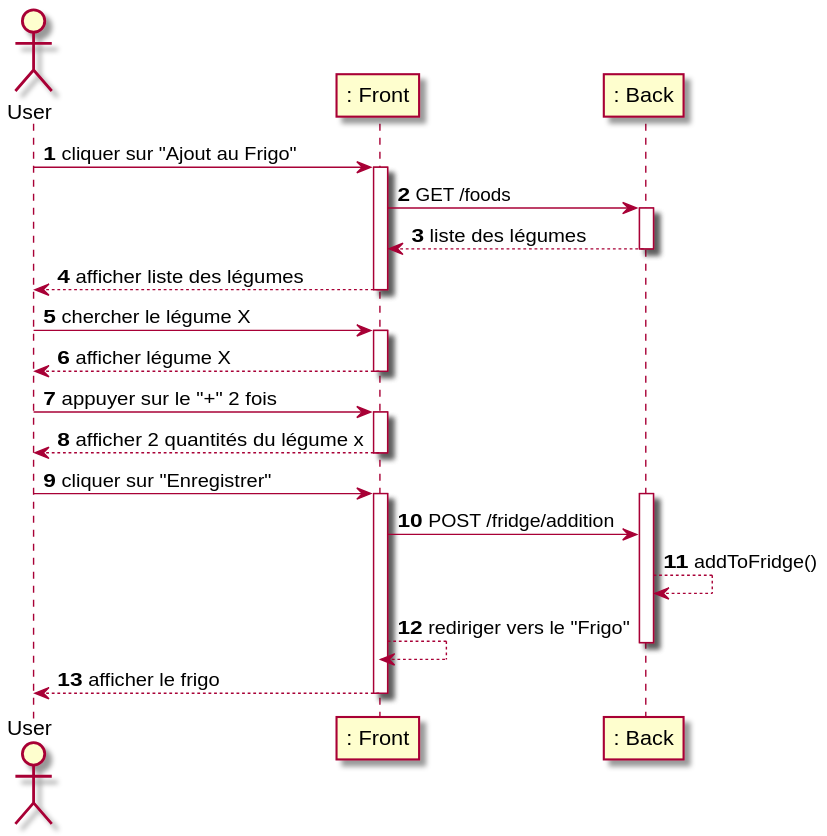
romainvacheret/wadge-backend keeps this PlantUML diagram as docs/diagram/out/addToFridgeSystem.svg. Above is the earlier version. Its diagram source:
```plantuml
@startuml addToFridgeSystem
actor User
autonumber

participant ": Front" as frontend
participant ": Back" as backend

User -> frontend: cliquer sur "Ajout au Frigo"
activate frontend
frontend -> backend: GET /foods
activate backend
backend --> frontend: liste des légumes
deactivate backend
User <-- frontend: afficher liste des légumes
deactivate frontend

User -> frontend: chercher le légume X
activate frontend
User <-- frontend: afficher légume X
deactivate frontend
User -> frontend: appuyer sur le "+" 2 fois
activate frontend
User <-- frontend: afficher 2 quantités du légume x
deactivate frontend

User -> frontend: cliquer sur "Enregistrer"
activate frontend
activate backend
frontend -> backend: POST /fridge/addition
backend --> backend: addToFridge()
frontend --> frontend: rediriger vers le "Frigo"
deactivate backend
User <-- frontend: afficher le frigo
deactivate frontend
@enduml
```
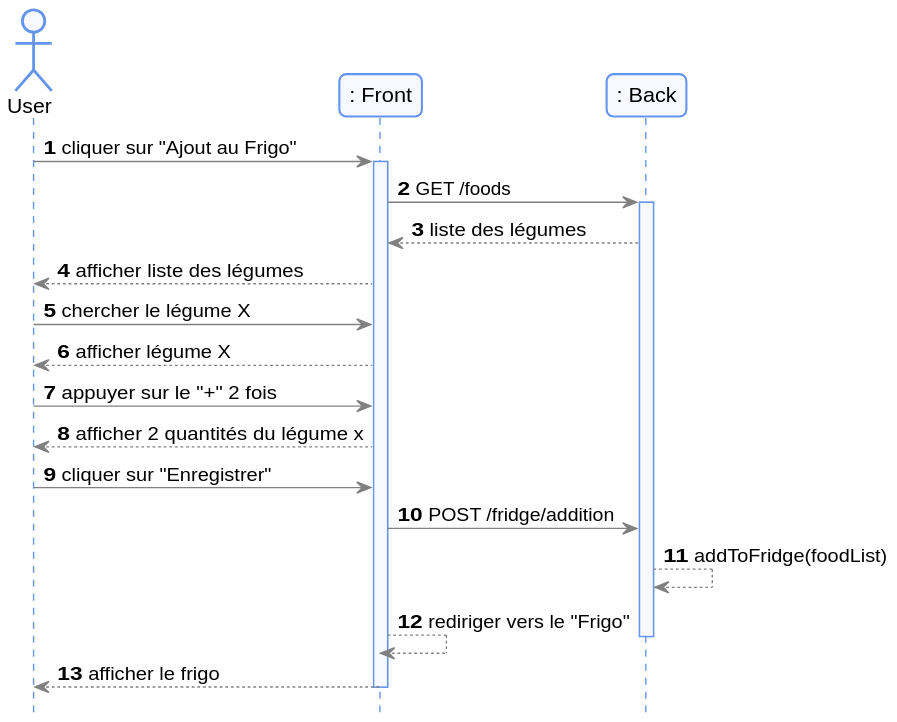
The same file after the commit.

Diff of the diagram source:
```diff
@@ -1,35 +1,28 @@
 @startuml addToFridgeSystem
-actor User
-autonumber
+    !include ../style/commons.style
 
-participant ": Front" as frontend
-participant ": Back" as backend
+    actor User
+    autonumber
 
-User -> frontend: cliquer sur "Ajout au Frigo"
-activate frontend
-frontend -> backend: GET /foods
-activate backend
-backend --> frontend: liste des légumes
-deactivate backend
-User <-- frontend: afficher liste des légumes
-deactivate frontend
+    participant ": Front" as frontend
+    participant ": Back" as backend
 
-User -> frontend: chercher le légume X
-activate frontend
-User <-- frontend: afficher légume X
-deactivate frontend
-User -> frontend: appuyer sur le "+" 2 fois
-activate frontend
-User <-- frontend: afficher 2 quantités du légume x
-deactivate frontend
+    User -> frontend: cliquer sur "Ajout au Frigo"
+    activate frontend
+    frontend -> backend: GET /foods
+    activate backend
+    backend --> frontend: liste des légumes
+    User <-- frontend: afficher liste des légumes
+    User -> frontend: chercher le légume X
+    User <-- frontend: afficher légume X
+    User -> frontend: appuyer sur le "+" 2 fois
+    User <-- frontend: afficher 2 quantités du légume x
+    User -> frontend: cliquer sur "Enregistrer"
+    frontend -> backend: POST /fridge/addition
+    backend --> backend: addToFridge(foodList)
+    frontend --> frontend: rediriger vers le "Frigo"
+    deactivate backend
+    User <-- frontend: afficher le frigo
+    deactivate frontend
 
-User -> frontend: cliquer sur "Enregistrer"
-activate frontend
-activate backend
-frontend -> backend: POST /fridge/addition
-backend --> backend: addToFridge()
-frontend --> frontend: rediriger vers le "Frigo"
-deactivate backend
-User <-- frontend: afficher le frigo
-deactivate frontend
 @enduml
```
